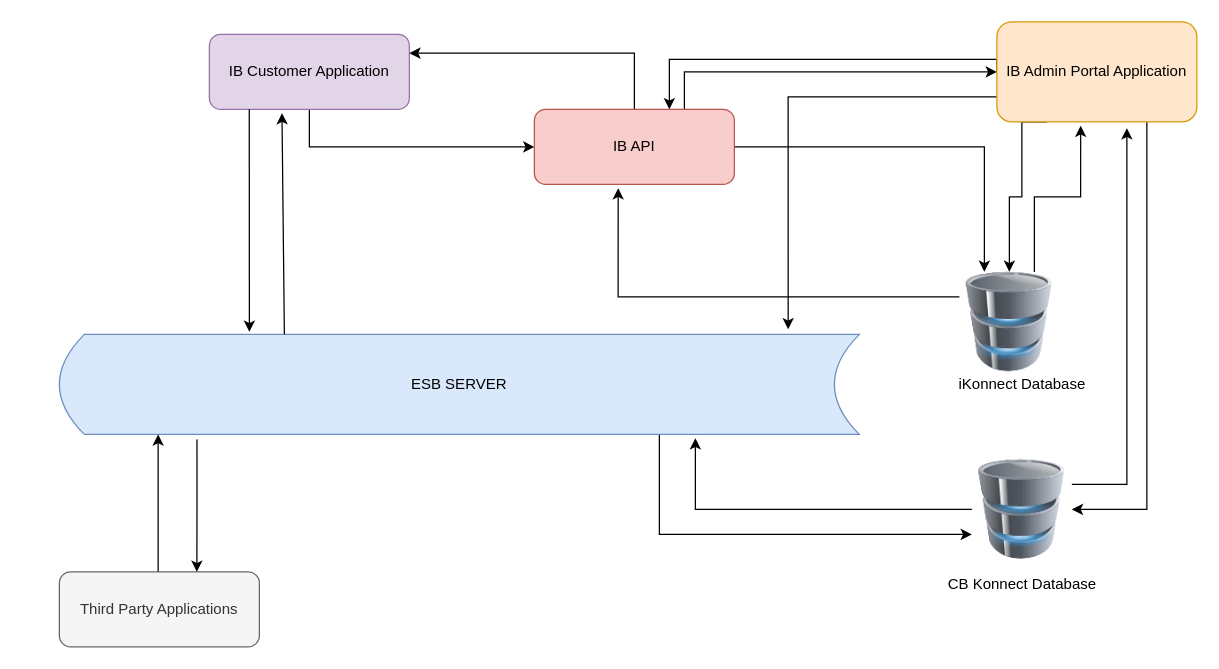
This is iKonnect Architecture Diagram.drawio from embula/org-mydiagrams, a draw.io file, before an edit. Source tidied: cells renumbered, new cells numbered last; positions are measured from the earlier drawing's top-left corner, leaving out a move shared by most shapes. Both pictures are drawn from the tidied source at 125%, with x=0, y=0 at pixel (59, 21).
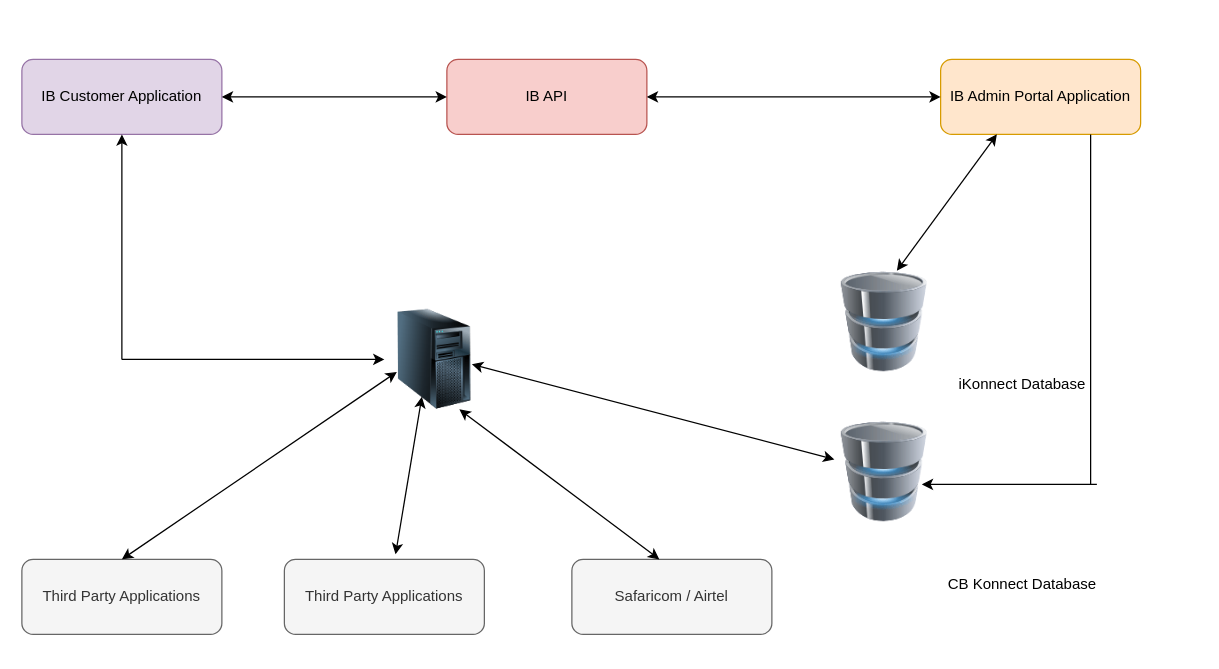
After the change.

What changed in the source:
```diff
@@
-    <mxCell id="2" style="edgeStyle=orthogonalEdgeStyle;rounded=0;jettySize=auto;html=1;exitX=0.75;exitY=1;exitDx=0;exitDy=0;entryX=0;entryY=0.75;entryDx=0;entryDy=0;" parent="1" edge="1" source="3" target="9">
-      <mxGeometry relative="1" as="geometry" />
-    </mxCell>
-    <mxCell id="3" value="ESB SERVER" style="shape=dataStorage;whiteSpace=wrap;html=1;fixedSize=1;fillColor=#dae8fc;strokeColor=#6c8ebf;" parent="1" vertex="1">
-      <mxGeometry y="250" width="640" height="80" as="geometry" />
-    </mxCell>
-    <mxCell id="4" style="edgeStyle=orthogonalEdgeStyle;rounded=0;jettySize=auto;html=1;exitX=0;exitY=0.25;exitDx=0;exitDy=0;entryX=0.419;entryY=1.05;entryDx=0;entryDy=0;entryPerimeter=0;" parent="1" edge="1" source="6" target="17">
-      <mxGeometry relative="1" as="geometry" />
-    </mxCell>
-    <mxCell id="5" style="edgeStyle=orthogonalEdgeStyle;rounded=0;jettySize=auto;html=1;exitX=0.75;exitY=0;exitDx=0;exitDy=0;entryX=0.419;entryY=1.038;entryDx=0;entryDy=0;entryPerimeter=0;" parent="1" edge="1" source="6" target="22">
-      <mxGeometry relative="1" as="geometry" />
-    </mxCell>
     <mxCell id="6" style="image;html=1;image=img/lib/clip_art/computers/Database_128x128.png;" parent="1" vertex="1">
-      <mxGeometry x="720" y="200" width="80" height="80" as="geometry" />
+      <mxGeometry x="620" y="200" width="80" height="80" as="geometry" />
     </mxCell>
-    <mxCell id="7" style="edgeStyle=orthogonalEdgeStyle;rounded=0;jettySize=auto;html=1;entryX=0.795;entryY=1.038;entryDx=0;entryDy=0;entryPerimeter=0;" parent="1" edge="1" source="9" target="3">
-      <mxGeometry relative="1" as="geometry" />
-    </mxCell>
-    <mxCell id="8" style="edgeStyle=orthogonalEdgeStyle;rounded=0;jettySize=auto;html=1;exitX=1;exitY=0.25;exitDx=0;exitDy=0;entryX=0.65;entryY=1.063;entryDx=0;entryDy=0;entryPerimeter=0;" parent="1" edge="1" source="9" target="22">
-      <mxGeometry relative="1" as="geometry" />
-    </mxCell>
     <mxCell id="9" style="image;html=1;image=img/lib/clip_art/computers/Database_128x128.png;" parent="1" vertex="1">
-      <mxGeometry x="730" y="350" width="80" height="80" as="geometry" />
+      <mxGeometry x="620" y="320" width="80" height="80" as="geometry" />
     </mxCell>
-    <mxCell id="10" style="edgeStyle=orthogonalEdgeStyle;rounded=0;jettySize=auto;html=1;exitX=0.5;exitY=1;exitDx=0;exitDy=0;entryX=0;entryY=0.5;entryDx=0;entryDy=0;" parent="1" edge="1" source="11" target="17">
-      <mxGeometry relative="1" as="geometry" />
-    </mxCell>
     <mxCell id="11" value="IB Customer Application" style="rounded=1;whiteSpace=wrap;html=1;fillColor=#e1d5e7;strokeColor=#9673a6;" parent="1" vertex="1">
-      <mxGeometry x="120" y="10" width="160" height="60" as="geometry" />
+      <mxGeometry x="-30" y="30" width="160" height="60" as="geometry" />
     </mxCell>
-    <mxCell id="12" style="edgeStyle=orthogonalEdgeStyle;rounded=0;orthogonalLoop=1;jettySize=auto;html=1;exitX=0.5;exitY=0;exitDx=0;exitDy=0;entryX=0.125;entryY=1;entryDx=0;entryDy=0;entryPerimeter=0;" parent="1" edge="1">
-      <mxGeometry relative="1" as="geometry">
-        <mxPoint x="79" y="440" as="sourcePoint" />
-        <mxPoint x="79" y="330" as="targetPoint" />
-      </mxGeometry>
-    </mxCell>
     <mxCell id="13" value="Third Party Applications" style="rounded=1;whiteSpace=wrap;html=1;fillColor=#f5f5f5;strokeColor=#666666;fontColor=#333333;" parent="1" vertex="1">
-      <mxGeometry y="440" width="160" height="60" as="geometry" />
+      <mxGeometry x="-30" y="430" width="160" height="60" as="geometry" />
     </mxCell>
-    <mxCell id="14" style="edgeStyle=orthogonalEdgeStyle;rounded=0;jettySize=auto;html=1;exitX=0.5;exitY=0;exitDx=0;exitDy=0;entryX=1;entryY=0.25;entryDx=0;entryDy=0;" parent="1" edge="1" source="17" target="11">
-      <mxGeometry relative="1" as="geometry" />
-    </mxCell>
-    <mxCell id="15" style="edgeStyle=orthogonalEdgeStyle;rounded=0;jettySize=auto;html=1;exitX=0.75;exitY=0;exitDx=0;exitDy=0;" parent="1" edge="1" source="17" target="22">
-      <mxGeometry relative="1" as="geometry" />
-    </mxCell>
-    <mxCell id="16" style="edgeStyle=orthogonalEdgeStyle;rounded=0;jettySize=auto;html=1;exitX=1;exitY=0.5;exitDx=0;exitDy=0;entryX=0.25;entryY=0;entryDx=0;entryDy=0;" parent="1" edge="1" source="17" target="6">
-      <mxGeometry relative="1" as="geometry" />
-    </mxCell>
     <mxCell id="17" value="IB API " style="rounded=1;whiteSpace=wrap;html=1;fillColor=#f8cecc;strokeColor=#b85450;" parent="1" vertex="1">
-      <mxGeometry x="380" y="70" width="160" height="60" as="geometry" />
+      <mxGeometry x="310" y="30" width="160" height="60" as="geometry" />
     </mxCell>
-    <mxCell id="18" style="edgeStyle=orthogonalEdgeStyle;rounded=0;jettySize=auto;html=1;exitX=0;exitY=0.5;exitDx=0;exitDy=0;entryX=0.675;entryY=0;entryDx=0;entryDy=0;entryPerimeter=0;" parent="1" edge="1" source="22" target="17">
-      <mxGeometry relative="1" as="geometry">
-        <Array as="points">
-          <mxPoint x="750" y="30" />
-          <mxPoint x="488" y="30" />
-        </Array>
-      </mxGeometry>
-    </mxCell>
-    <mxCell id="19" style="edgeStyle=orthogonalEdgeStyle;rounded=0;jettySize=auto;html=1;exitX=0;exitY=0.75;exitDx=0;exitDy=0;entryX=0.911;entryY=-0.05;entryDx=0;entryDy=0;entryPerimeter=0;" parent="1" edge="1" source="22" target="3">
-      <mxGeometry relative="1" as="geometry" />
-    </mxCell>
-    <mxCell id="20" style="edgeStyle=orthogonalEdgeStyle;rounded=0;jettySize=auto;html=1;exitX=0.25;exitY=1;exitDx=0;exitDy=0;" parent="1" edge="1" source="22" target="6">
-      <mxGeometry relative="1" as="geometry">
-        <Array as="points">
-          <mxPoint x="770" y="80" />
-          <mxPoint x="770" y="140" />
-          <mxPoint x="760" y="140" />
-        </Array>
-      </mxGeometry>
-    </mxCell>
-    <mxCell id="21" style="edgeStyle=orthogonalEdgeStyle;rounded=0;jettySize=auto;html=1;exitX=0.75;exitY=1;exitDx=0;exitDy=0;entryX=1;entryY=0.5;entryDx=0;entryDy=0;" parent="1" edge="1" source="22" target="9">
-      <mxGeometry relative="1" as="geometry" />
-    </mxCell>
     <mxCell id="22" value="IB Admin Portal Application" style="rounded=1;whiteSpace=wrap;html=1;fillColor=#ffe6cc;strokeColor=#d79b00;" parent="1" vertex="1">
-      <mxGeometry x="750" width="160" height="80" as="geometry" />
+      <mxGeometry x="705" y="30" width="160" height="60" as="geometry" />
     </mxCell>
-    <mxCell id="23" style="endArrow=classic;html=1;entryX=0.363;entryY=1.05;entryDx=0;entryDy=0;entryPerimeter=0;" parent="1" edge="1" target="11">
-      <mxGeometry relative="1" as="geometry">
-        <mxPoint x="180" y="250" as="sourcePoint" />
-      </mxGeometry>
-    </mxCell>
-    <mxCell id="24" style="endArrow=classic;html=1;" parent="1" edge="1">
-      <mxGeometry relative="1" as="geometry">
-        <mxPoint x="151.9" y="70" as="sourcePoint" />
-        <mxPoint x="152" y="248" as="targetPoint" />
-      </mxGeometry>
-    </mxCell>
@@
-    <mxCell id="27" style="edgeStyle=orthogonalEdgeStyle;rounded=0;jettySize=auto;html=1;exitX=0.172;exitY=1.05;exitDx=0;exitDy=0;exitPerimeter=0;" parent="1" edge="1" source="3">
-      <mxGeometry relative="1" as="geometry">
-        <mxPoint x="110" y="440" as="targetPoint" />
-      </mxGeometry>
-    </mxCell>
+    <mxCell id="28" value="Safaricom / Airtel" style="rounded=1;whiteSpace=wrap;html=1;fillColor=#f5f5f5;strokeColor=#666666;fontColor=#333333;" parent="1" vertex="1">
+      <mxGeometry x="410" y="430" width="160" height="60" as="geometry" />
+    </mxCell>
+    <mxCell id="29" value="Third Party Applications" style="rounded=1;whiteSpace=wrap;html=1;fillColor=#f5f5f5;strokeColor=#666666;fontColor=#333333;" parent="1" vertex="1">
+      <mxGeometry x="180" y="430" width="160" height="60" as="geometry" />
+    </mxCell>
+    <mxCell id="30" style="image;html=1;image=img/lib/clip_art/computers/Server_Tower_128x128.png;" parent="1" vertex="1">
+      <mxGeometry x="260" y="230" width="80" height="80" as="geometry" />
+    </mxCell>
+    <mxCell id="31" style="endArrow=classic;html=1;" parent="1" edge="1">
+      <mxGeometry relative="1" as="geometry">
+        <mxPoint x="50" y="270" as="sourcePoint" />
+        <mxPoint x="50" y="90" as="targetPoint" />
+      </mxGeometry>
+    </mxCell>
+    <mxCell id="32" style="endArrow=classic;html=1;" parent="1" edge="1" target="30">
+      <mxGeometry relative="1" as="geometry">
+        <mxPoint x="50" y="270" as="sourcePoint" />
+      </mxGeometry>
+    </mxCell>
+    <mxCell id="33" style="endArrow=classic;startArrow=classic;html=1;exitX=0.5;exitY=0;exitDx=0;exitDy=0;" parent="1" edge="1" source="13">
+      <mxGeometry relative="1" as="geometry">
+        <mxPoint x="270" y="280" as="targetPoint" />
+      </mxGeometry>
+    </mxCell>
+    <mxCell id="10" style="endArrow=classic;startArrow=classic;html=1;entryX=0;entryY=0.5;entryDx=0;entryDy=0;" parent="1" edge="1" source="11" target="17">
+      <mxGeometry relative="1" as="geometry" />
+    </mxCell>
+    <mxCell id="15" style="endArrow=classic;startArrow=classic;html=1;exitX=1;exitY=0.5;exitDx=0;exitDy=0;entryX=0;entryY=0.5;entryDx=0;entryDy=0;" parent="1" edge="1" source="17" target="22">
+      <mxGeometry relative="1" as="geometry" />
+    </mxCell>
+    <mxCell id="34" style="endArrow=classic;startArrow=classic;html=1;exitX=0.556;exitY=-0.067;exitDx=0;exitDy=0;exitPerimeter=0;" parent="1" edge="1" source="29">
+      <mxGeometry relative="1" as="geometry">
+        <mxPoint x="290" y="300" as="targetPoint" />
+      </mxGeometry>
+    </mxCell>
+    <mxCell id="35" style="endArrow=classic;startArrow=classic;html=1;entryX=0.75;entryY=1;entryDx=0;entryDy=0;" parent="1" edge="1" target="30">
+      <mxGeometry relative="1" as="geometry">
+        <mxPoint x="480" y="430" as="sourcePoint" />
+      </mxGeometry>
+    </mxCell>
+    <mxCell id="36" style="endArrow=classic;startArrow=classic;html=1;" parent="1" edge="1">
+      <mxGeometry relative="1" as="geometry">
+        <mxPoint x="330" y="274" as="sourcePoint" />
+        <mxPoint x="620" y="350" as="targetPoint" />
+      </mxGeometry>
+    </mxCell>
+    <mxCell id="37" style="endArrow=classic;startArrow=classic;html=1;exitX=0.625;exitY=-0.012;exitDx=0;exitDy=0;exitPerimeter=0;" parent="1" edge="1" source="6">
+      <mxGeometry relative="1" as="geometry">
+        <mxPoint x="750" y="90" as="targetPoint" />
+      </mxGeometry>
+    </mxCell>
+    <mxCell id="38" style="endArrow=none;html=1;" parent="1" edge="1">
+      <mxGeometry relative="1" as="geometry">
+        <mxPoint x="825" y="370" as="sourcePoint" />
+        <mxPoint x="825" y="90" as="targetPoint" />
+      </mxGeometry>
+    </mxCell>
+    <mxCell id="39" style="endArrow=classic;html=1;entryX=0.875;entryY=0.625;entryDx=0;entryDy=0;entryPerimeter=0;" parent="1" edge="1" target="9">
+      <mxGeometry relative="1" as="geometry">
+        <mxPoint x="830" y="370" as="sourcePoint" />
+      </mxGeometry>
+    </mxCell>
```
